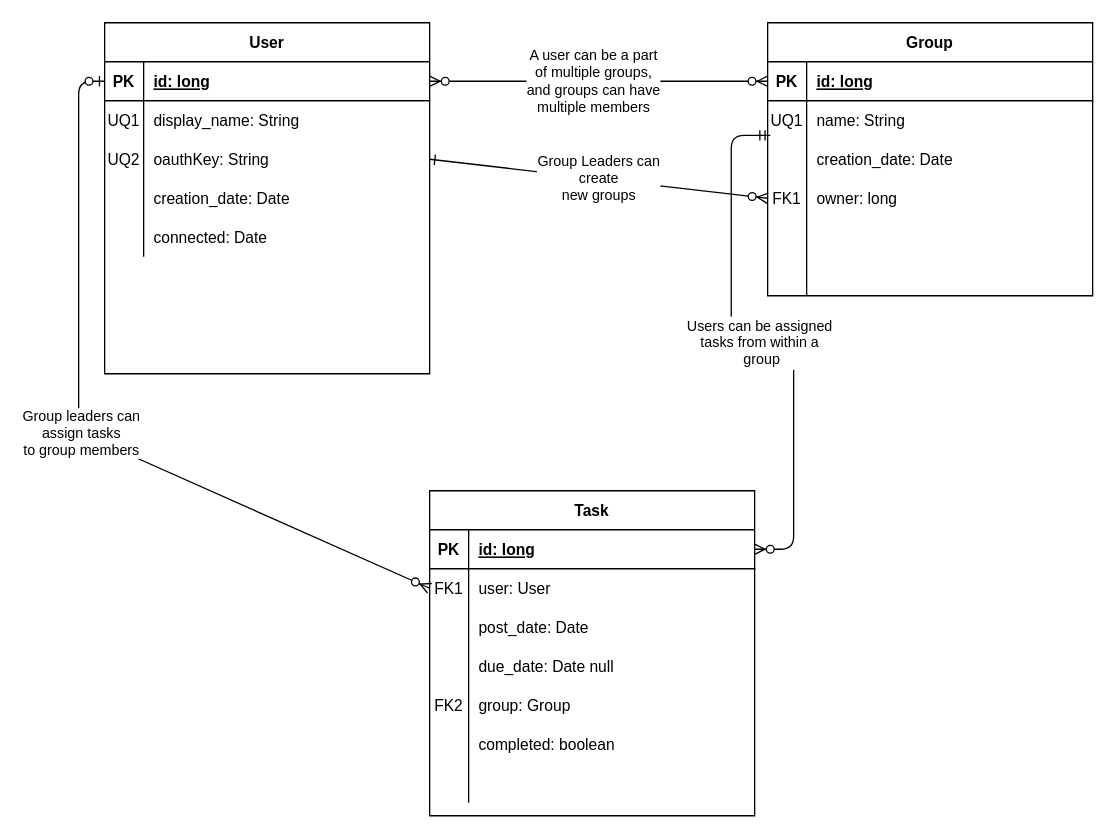
This is docs/work/erd.drawio from team-assignments/team-assignments.github.io, a draw.io file, before an edit. Source tidied: cells renumbered, new cells numbered last; positions are measured from the earlier drawing's top-left corner, leaving out a move shared by most shapes. Both pictures are drawn from the tidied source at 130%, with x=0, y=0 at pixel (78, 22).
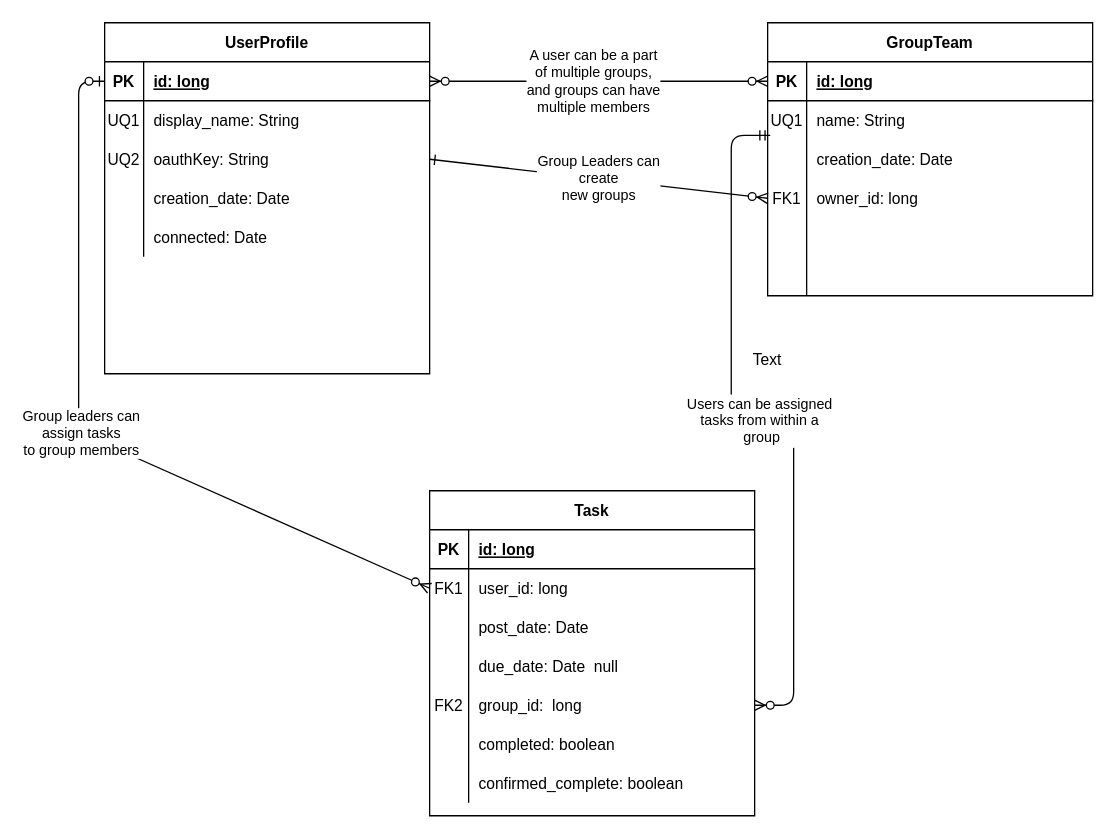
The same diagram, later.

Commit message (it also covers changes not shown here):
New ddl.md, updated wireframe and erd.

The change refers to these unchanged cells:
```xml
<mxCell id="10" style="shape=partialRectangle;fillColor=none;points=[[0,0.5],[1,0.5]];portConstraint=eastwest;top=0;left=0;right=0;bottom=0;" parent="6" vertex="1">
  <mxGeometry y="60" width="250" height="30" as="geometry" />
</mxCell>
<mxCell id="16" style="shape=partialRectangle;fillColor=none;points=[[0,0.5],[1,0.5]];portConstraint=eastwest;top=0;left=0;right=0;bottom=0;" parent="6" vertex="1">
  <mxGeometry y="120" width="250" height="30" as="geometry" />
</mxCell>
<mxCell id="26" style="shape=partialRectangle;fillColor=none;points=[[0,0.5],[1,0.5]];portConstraint=eastwest;top=0;left=0;right=0;bottom=1;" parent="25" vertex="1">
  <mxGeometry y="30" width="250" height="30" as="geometry" />
</mxCell>
<mxCell id="29" style="shape=partialRectangle;fillColor=none;points=[[0,0.5],[1,0.5]];portConstraint=eastwest;top=0;left=0;right=0;bottom=0;" parent="25" vertex="1">
  <mxGeometry y="60" width="250" height="30" as="geometry" />
</mxCell>
<mxCell id="35" style="shape=partialRectangle;fillColor=none;top=0;left=0;right=0;bottom=0;" parent="25" vertex="1">
  <mxGeometry y="120" width="250" height="30" as="geometry" />
</mxCell>
<mxCell id="38" style="shape=partialRectangle;fillColor=none;points=[[0,0.5],[1,0.5]];portConstraint=eastwest;top=0;left=0;right=0;bottom=0;" parent="25" vertex="1">
  <mxGeometry y="150" width="250" height="30" as="geometry" />
</mxCell>
<mxCell id="44" style="shape=partialRectangle;fillColor=none;top=0;left=0;right=0;bottom=0;" parent="25" vertex="1">
  <mxGeometry y="210" width="250" height="30" as="geometry" />
</mxCell>
```

Diff of the diagram source:
```diff
@@
-    <mxCell id="5" value="Users can be assigned &#10;tasks from within a &#10;group" style="edgeStyle=entityRelationEdgeStyle;endArrow=ERzeroToMany;startArrow=ERmandOne;endFill=1;startFill=0;entryX=1;entryY=0.5;entryDx=0;entryDy=0;exitX=0.008;exitY=0.887;exitDx=0;exitDy=0;exitPerimeter=0;" parent="1" edge="1" source="10" target="26">
+    <mxCell id="5" value="Users can be assigned &#10;tasks from within a &#10;group" style="edgeStyle=entityRelationEdgeStyle;endArrow=ERzeroToMany;startArrow=ERmandOne;endFill=1;startFill=0;entryX=1;entryY=0.5;entryDx=0;entryDy=0;exitX=0.008;exitY=0.887;exitDx=0;exitDy=0;exitPerimeter=0;" parent="1" edge="1" source="10" target="38">
       <mxGeometry relative="1" as="geometry" />
     </mxCell>
-    <mxCell id="6" value="Group" style="shape=table;startSize=30;childLayout=tableLayout;rowLines=0;fontStyle=1;align=center;" parent="1" vertex="1">
+    <mxCell id="6" value="GroupTeam" style="shape=table;startSize=30;childLayout=tableLayout;rowLines=0;fontStyle=1;align=center;" parent="1" vertex="1">
       <mxGeometry x="530" width="250" height="210" as="geometry" />
     </mxCell>
@@
-    <mxCell id="18" value="owner: long" style="shape=partialRectangle;overflow=hidden;fillColor=none;top=0;left=0;bottom=0;right=0;align=left;spacingLeft=6;" parent="16" vertex="1">
+    <mxCell id="18" value="owner_id: long" style="shape=partialRectangle;overflow=hidden;fillColor=none;top=0;left=0;bottom=0;right=0;align=left;spacingLeft=6;" parent="16" vertex="1">
       <mxGeometry x="30" width="220" height="30" as="geometry" />
     </mxCell>
@@
-    <mxCell id="31" value="user: User " style="shape=partialRectangle;overflow=hidden;fillColor=none;top=0;left=0;bottom=0;right=0;align=left;spacingLeft=6;" parent="29" vertex="1">
+    <mxCell id="31" value="user_id: long " style="shape=partialRectangle;overflow=hidden;fillColor=none;top=0;left=0;bottom=0;right=0;align=left;spacingLeft=6;" parent="29" vertex="1">
       <mxGeometry x="30" width="220" height="30" as="geometry" />
     </mxCell>
@@
-    <mxCell id="37" value="due_date: Date null" style="shape=partialRectangle;overflow=hidden;fillColor=none;top=0;left=0;bottom=0;right=0;align=left;spacingLeft=6;" parent="35" vertex="1">
+    <mxCell id="37" value="due_date: Date  null" style="shape=partialRectangle;overflow=hidden;fillColor=none;top=0;left=0;bottom=0;right=0;align=left;spacingLeft=6;" parent="35" vertex="1">
       <mxGeometry x="30" width="220" height="30" as="geometry" />
     </mxCell>
@@
-    <mxCell id="40" value="group: Group" style="shape=partialRectangle;overflow=hidden;fillColor=none;top=0;left=0;bottom=0;right=0;align=left;spacingLeft=6;" parent="38" vertex="1">
+    <mxCell id="40" value="group_id:  long" style="shape=partialRectangle;overflow=hidden;fillColor=none;top=0;left=0;bottom=0;right=0;align=left;spacingLeft=6;" parent="38" vertex="1">
       <mxGeometry x="30" width="220" height="30" as="geometry" />
     </mxCell>
@@
-    <mxCell id="46" style="shape=partialRectangle;overflow=hidden;fillColor=none;top=0;left=0;bottom=0;right=0;align=left;spacingLeft=6;" parent="44" vertex="1">
+    <mxCell id="46" value="confirmed_complete: boolean" style="shape=partialRectangle;overflow=hidden;fillColor=none;top=0;left=0;bottom=0;right=0;align=left;spacingLeft=6;" parent="44" vertex="1">
       <mxGeometry x="30" width="220" height="30" as="geometry" />
     </mxCell>
-    <mxCell id="47" value="User" style="shape=table;startSize=30;childLayout=tableLayout;rowLines=0;fontStyle=1;align=center;" parent="1" vertex="1">
+    <mxCell id="47" value="UserProfile" style="shape=table;startSize=30;childLayout=tableLayout;rowLines=0;fontStyle=1;align=center;" parent="1" vertex="1">
       <mxGeometry x="20" width="250" height="270" as="geometry" />
     </mxCell>
@@
+    <mxCell id="70" value="Text" style="text;html=1;strokeColor=none;fillColor=none;align=center;verticalAlign=middle;whiteSpace=wrap;rounded=0;" parent="1" vertex="1">
+      <mxGeometry x="510" y="250" width="40" height="20" as="geometry" />
+    </mxCell>
```
